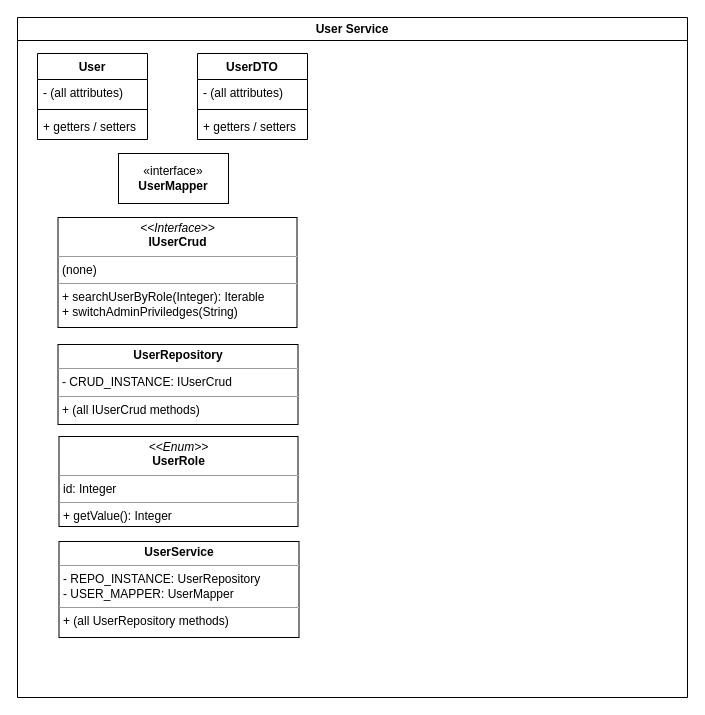
This is diagrams/user_service_class_diagram.drawio from NM4TT/Restful-CRUD-App, a draw.io file, before an edit. Source tidied: cells renumbered, new cells numbered last; positions are measured from the earlier drawing's top-left corner, leaving out a move shared by most shapes. Both pictures are drawn from the tidied source at 100%, with x=0, y=0 at pixel (17, 17).
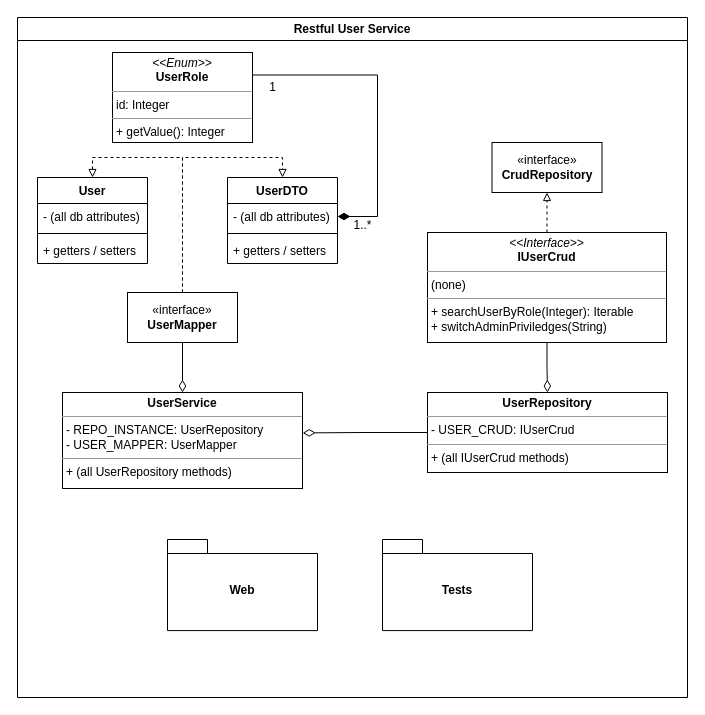
The same page after the edit.

Commit message (it also covers changes not shown here):
Modify relations & typos in data_schema and user_service_class_diagram

The edit, as a diff of the source:
```diff
@@
-    <mxCell id="2" value="User Service" style="swimlane;whiteSpace=wrap;html=1;" parent="1" vertex="1">
+    <mxCell id="2" value="Restful User Service" style="swimlane;whiteSpace=wrap;html=1;" parent="1" vertex="1">
       <mxGeometry width="670" height="680" as="geometry" />
     </mxCell>
     <mxCell id="3" value="User" style="swimlane;fontStyle=1;align=center;verticalAlign=top;horizontal=1;startSize=26;whiteSpace=wrap;html=1;" parent="2" vertex="1">
-      <mxGeometry x="20" y="36" width="110" height="86" as="geometry" />
+      <mxGeometry x="20" y="160" width="110" height="86" as="geometry" />
     </mxCell>
-    <mxCell id="4" value="- (all attributes)" style="text;strokeColor=none;fillColor=none;align=left;verticalAlign=top;spacingLeft=4;spacingRight=4;overflow=hidden;whiteSpace=wrap;html=1;" parent="3" vertex="1">
+    <mxCell id="4" value="- (all db attributes)" style="text;strokeColor=none;fillColor=none;align=left;verticalAlign=top;spacingLeft=4;spacingRight=4;overflow=hidden;whiteSpace=wrap;html=1;" parent="3" vertex="1">
       <mxGeometry y="26" width="110" height="26" as="geometry" />
     </mxCell>
@@
     <mxCell id="7" value="UserDTO" style="swimlane;fontStyle=1;align=center;verticalAlign=top;horizontal=1;startSize=26;whiteSpace=wrap;html=1;" parent="2" vertex="1">
-      <mxGeometry x="180" y="36" width="110" height="86" as="geometry" />
+      <mxGeometry x="210" y="160" width="110" height="86" as="geometry" />
     </mxCell>
-    <mxCell id="8" value="- (all attributes)" style="text;strokeColor=none;fillColor=none;align=left;verticalAlign=top;spacingLeft=4;spacingRight=4;overflow=hidden;points=[[0,0.5],[1,0.5]];portConstraint=eastwest;whiteSpace=wrap;html=1;" parent="7" vertex="1">
+    <mxCell id="8" value="- (all db attributes)" style="text;strokeColor=none;fillColor=none;align=left;verticalAlign=top;spacingLeft=4;spacingRight=4;overflow=hidden;points=[[0,0.5],[1,0.5]];portConstraint=eastwest;whiteSpace=wrap;html=1;" parent="7" vertex="1">
       <mxGeometry y="26" width="110" height="26" as="geometry" />
     </mxCell>
@@
+    <mxCell id="16" style="edgeStyle=orthogonalEdgeStyle;rounded=0;jettySize=auto;html=1;entryX=0.5;entryY=0;entryDx=0;entryDy=0;endArrow=diamondThin;endFill=0;endSize=10;startSize=10;" parent="2" edge="1" source="11" target="15">
+      <mxGeometry relative="1" as="geometry" />
+    </mxCell>
+    <mxCell id="17" style="edgeStyle=orthogonalEdgeStyle;rounded=0;jettySize=auto;html=1;entryX=0.5;entryY=0;entryDx=0;entryDy=0;endArrow=block;endFill=0;dashed=1;" parent="2" edge="1" source="11" target="3">
+      <mxGeometry relative="1" as="geometry" />
+    </mxCell>
+    <mxCell id="18" style="edgeStyle=orthogonalEdgeStyle;rounded=0;jettySize=auto;html=1;entryX=0.5;entryY=0;entryDx=0;entryDy=0;endArrow=block;endFill=0;dashed=1;" parent="2" edge="1" source="11" target="7">
+      <mxGeometry relative="1" as="geometry" />
+    </mxCell>
     <mxCell id="11" value="«interface»&lt;br&gt;&lt;b&gt;UserMapper&lt;/b&gt;" style="html=1;whiteSpace=wrap;" parent="2" vertex="1">
-      <mxGeometry x="101" y="136" width="110" height="50" as="geometry" />
+      <mxGeometry x="110" y="275" width="110" height="50" as="geometry" />
     </mxCell>
+    <mxCell id="19" style="edgeStyle=orthogonalEdgeStyle;rounded=0;jettySize=auto;html=1;entryX=0.5;entryY=1;entryDx=0;entryDy=0;endArrow=block;endFill=0;dashed=1;" parent="2" edge="1" source="12" target="23">
+      <mxGeometry relative="1" as="geometry" />
+    </mxCell>
+    <mxCell id="20" style="edgeStyle=orthogonalEdgeStyle;rounded=0;jettySize=auto;html=1;entryX=0.5;entryY=0;entryDx=0;entryDy=0;endArrow=diamondThin;endFill=0;strokeWidth=1;endSize=10;startSize=10;" parent="2" edge="1" source="12" target="13">
+      <mxGeometry relative="1" as="geometry" />
+    </mxCell>
     <mxCell id="12" value="&lt;p style=&quot;margin:0px;margin-top:4px;text-align:center;&quot;&gt;&lt;i&gt;&amp;lt;&amp;lt;Interface&amp;gt;&amp;gt;&lt;/i&gt;&lt;br&gt;&lt;b&gt;IUserCrud&lt;/b&gt;&lt;/p&gt;&lt;hr size=&quot;1&quot;&gt;&lt;p style=&quot;margin:0px;margin-left:4px;&quot;&gt;(none)&lt;/p&gt;&lt;hr size=&quot;1&quot;&gt;&lt;p style=&quot;margin:0px;margin-left:4px;&quot;&gt;+ searchUserByRole(Integer): Iterable&lt;br&gt;+ switchAdminPriviledges(String)&lt;/p&gt;" style="verticalAlign=top;align=left;overflow=fill;fontSize=12;fontFamily=Helvetica;html=1;whiteSpace=wrap;" parent="2" vertex="1">
-      <mxGeometry x="40.5" y="200" width="239" height="110" as="geometry" />
+      <mxGeometry x="410" y="215" width="239" height="110" as="geometry" />
     </mxCell>
+    <mxCell id="21" style="edgeStyle=orthogonalEdgeStyle;rounded=0;jettySize=auto;html=1;entryX=1.001;entryY=0.421;entryDx=0;entryDy=0;exitX=0;exitY=0.5;exitDx=0;exitDy=0;endArrow=diamondThin;endFill=0;endSize=10;startSize=10;entryPerimeter=0;" parent="2" edge="1" source="13" target="15">
+      <mxGeometry relative="1" as="geometry" />
+    </mxCell>
-    <mxCell id="13" value="&lt;p style=&quot;margin:0px;margin-top:4px;text-align:center;&quot;&gt;&lt;b&gt;UserRepository&lt;/b&gt;&lt;/p&gt;&lt;hr size=&quot;1&quot;&gt;&lt;p style=&quot;margin:0px;margin-left:4px;&quot;&gt;- CRUD_INSTANCE: IUserCrud&lt;/p&gt;&lt;hr size=&quot;1&quot;&gt;&lt;p style=&quot;margin:0px;margin-left:4px;&quot;&gt;+ (all IUserCrud methods)&lt;/p&gt;" style="verticalAlign=top;align=left;overflow=fill;fontSize=12;fontFamily=Helvetica;html=1;whiteSpace=wrap;" parent="2" vertex="1">
-      <mxGeometry x="40.5" y="327" width="240" height="80" as="geometry" />
+    <mxCell id="13" value="&lt;p style=&quot;margin:0px;margin-top:4px;text-align:center;&quot;&gt;&lt;b&gt;UserRepository&lt;/b&gt;&lt;/p&gt;&lt;hr size=&quot;1&quot;&gt;&lt;p style=&quot;margin:0px;margin-left:4px;&quot;&gt;- USER_CRUD: IUserCrud&lt;/p&gt;&lt;hr size=&quot;1&quot;&gt;&lt;p style=&quot;margin:0px;margin-left:4px;&quot;&gt;+ (all IUserCrud methods)&lt;/p&gt;" style="verticalAlign=top;align=left;overflow=fill;fontSize=12;fontFamily=Helvetica;html=1;whiteSpace=wrap;" parent="2" vertex="1">
+      <mxGeometry x="410" y="375" width="240" height="80" as="geometry" />
     </mxCell>
+    <mxCell id="22" style="edgeStyle=orthogonalEdgeStyle;rounded=0;jettySize=auto;html=1;entryX=1;entryY=0.5;entryDx=0;entryDy=0;exitX=1;exitY=0.25;exitDx=0;exitDy=0;endArrow=diamondThin;endFill=1;endSize=10;startSize=10;" parent="2" edge="1" source="14" target="8">
+      <mxGeometry relative="1" as="geometry">
+        <Array as="points">
+          <mxPoint x="360" y="58" />
+          <mxPoint x="360" y="199" />
+        </Array>
+      </mxGeometry>
+    </mxCell>
     <mxCell id="14" value="&lt;p style=&quot;margin:0px;margin-top:4px;text-align:center;&quot;&gt;&lt;i&gt;&amp;lt;&amp;lt;Enum&amp;gt;&amp;gt;&lt;/i&gt;&lt;br&gt;&lt;b&gt;UserRole&lt;/b&gt;&lt;/p&gt;&lt;hr size=&quot;1&quot;&gt;&lt;p style=&quot;margin:0px;margin-left:4px;&quot;&gt;id: Integer&lt;br&gt;&lt;/p&gt;&lt;hr size=&quot;1&quot;&gt;&lt;p style=&quot;margin:0px;margin-left:4px;&quot;&gt;+ getValue(): Integer&lt;/p&gt;" style="verticalAlign=top;align=left;overflow=fill;fontSize=12;fontFamily=Helvetica;html=1;whiteSpace=wrap;" parent="2" vertex="1">
-      <mxGeometry x="41.5" y="419" width="239" height="90" as="geometry" />
+      <mxGeometry x="95" y="35" width="140" height="90" as="geometry" />
     </mxCell>
     <mxCell id="15" value="&lt;p style=&quot;margin:0px;margin-top:4px;text-align:center;&quot;&gt;&lt;b&gt;UserService&lt;/b&gt;&lt;/p&gt;&lt;hr size=&quot;1&quot;&gt;&lt;p style=&quot;margin:0px;margin-left:4px;&quot;&gt;- REPO_INSTANCE: UserRepository&lt;/p&gt;&lt;p style=&quot;margin:0px;margin-left:4px;&quot;&gt;- USER_MAPPER: UserMapper&lt;/p&gt;&lt;hr size=&quot;1&quot;&gt;&lt;p style=&quot;margin:0px;margin-left:4px;&quot;&gt;+ (all UserRepository methods)&lt;/p&gt;" style="verticalAlign=top;align=left;overflow=fill;fontSize=12;fontFamily=Helvetica;html=1;whiteSpace=wrap;" parent="2" vertex="1">
-      <mxGeometry x="41.5" y="524" width="240" height="96" as="geometry" />
+      <mxGeometry x="45" y="375" width="240" height="96" as="geometry" />
     </mxCell>
+    <mxCell id="23" value="«interface»&lt;br&gt;&lt;b&gt;CrudRepository&lt;/b&gt;" style="html=1;whiteSpace=wrap;" parent="2" vertex="1">
+      <mxGeometry x="474.5" y="125" width="110" height="50" as="geometry" />
+    </mxCell>
+    <mxCell id="24" value="Web" style="shape=folder;fontStyle=1;spacingTop=10;tabWidth=40;tabHeight=14;tabPosition=left;html=1;whiteSpace=wrap;" parent="2" vertex="1">
+      <mxGeometry x="150" y="522" width="150" height="91.1" as="geometry" />
+    </mxCell>
+    <mxCell id="25" value="Tests" style="shape=folder;fontStyle=1;spacingTop=10;tabWidth=40;tabHeight=14;tabPosition=left;html=1;whiteSpace=wrap;" parent="2" vertex="1">
+      <mxGeometry x="365" y="522" width="150" height="91.1" as="geometry" />
+    </mxCell>
+    <mxCell id="26" value="1..*" style="text;html=1;align=center;verticalAlign=middle;strokeColor=none;fillColor=none;" parent="2" vertex="1">
+      <mxGeometry x="325" y="193" width="40" height="30" as="geometry" />
+    </mxCell>
+    <mxCell id="27" value="1" style="text;html=1;align=center;verticalAlign=middle;strokeColor=none;fillColor=none;" parent="2" vertex="1">
+      <mxGeometry x="240" y="55" width="30" height="30" as="geometry" />
+    </mxCell>
```
